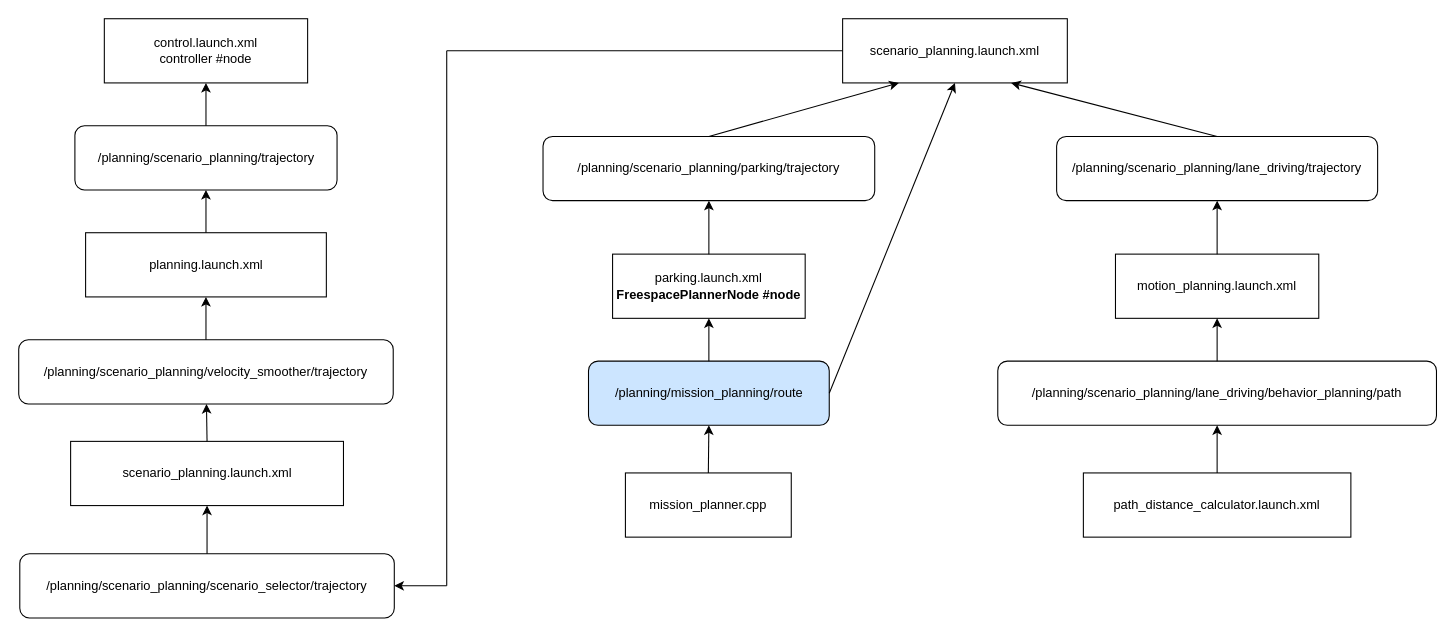
Above: trajectory_node.drawio in wxxsusie/files (draw.io), before the change. Source tidied: cells renumbered, new cells numbered last; positions are measured from the earlier drawing's top-left corner, leaving out a move shared by most shapes. Both pictures are drawn from the tidied source at 107%, with x=0, y=0 at pixel (18, 18).
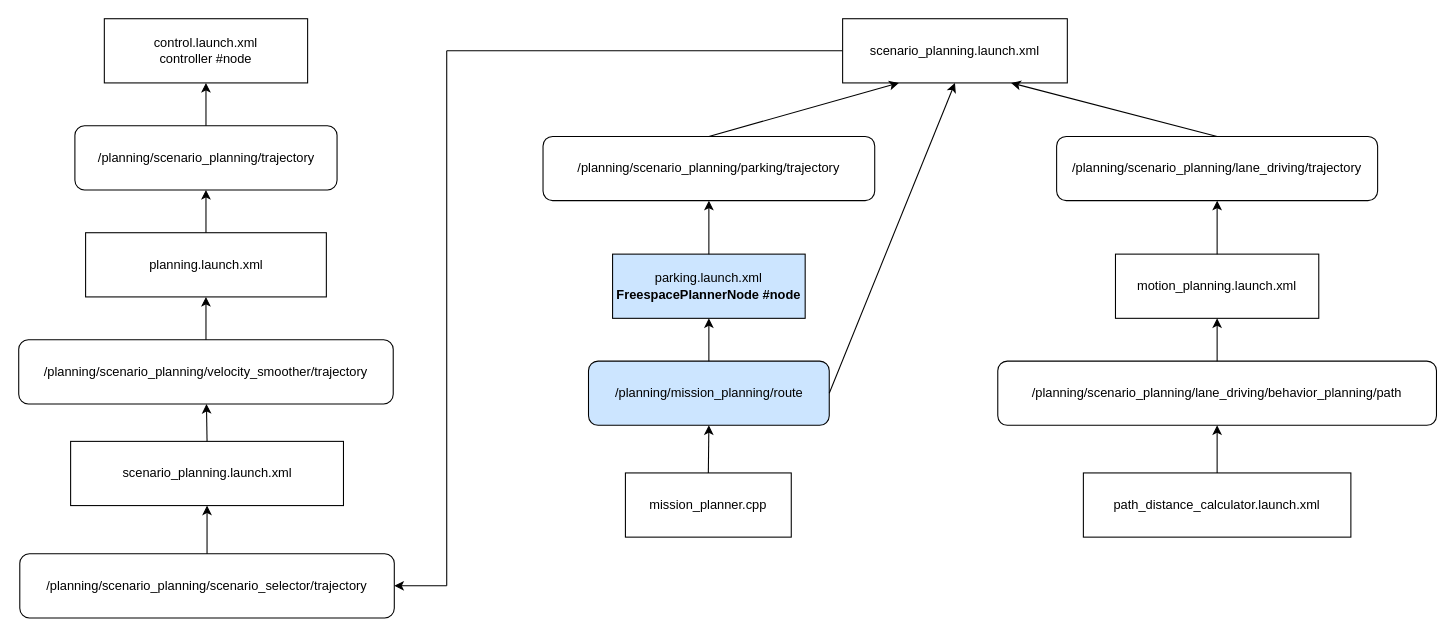
Above is the later version.

Change to the diagram source:
```diff
@@
-    <mxCell id="17" value="parking.launch.xml&lt;div&gt;&lt;b&gt;FreespacePlannerNode #node&lt;/b&gt;&lt;/div&gt;" style="rounded=0;whiteSpace=wrap;html=1;" parent="1" vertex="1">
+    <mxCell id="17" value="parking.launch.xml&lt;div&gt;&lt;b&gt;FreespacePlannerNode #node&lt;/b&gt;&lt;/div&gt;" style="rounded=0;whiteSpace=wrap;html=1;fillColor=#CCE5FF;" parent="1" vertex="1">
       <mxGeometry x="555" y="220" width="180" height="60" as="geometry" />
     </mxCell>
```
